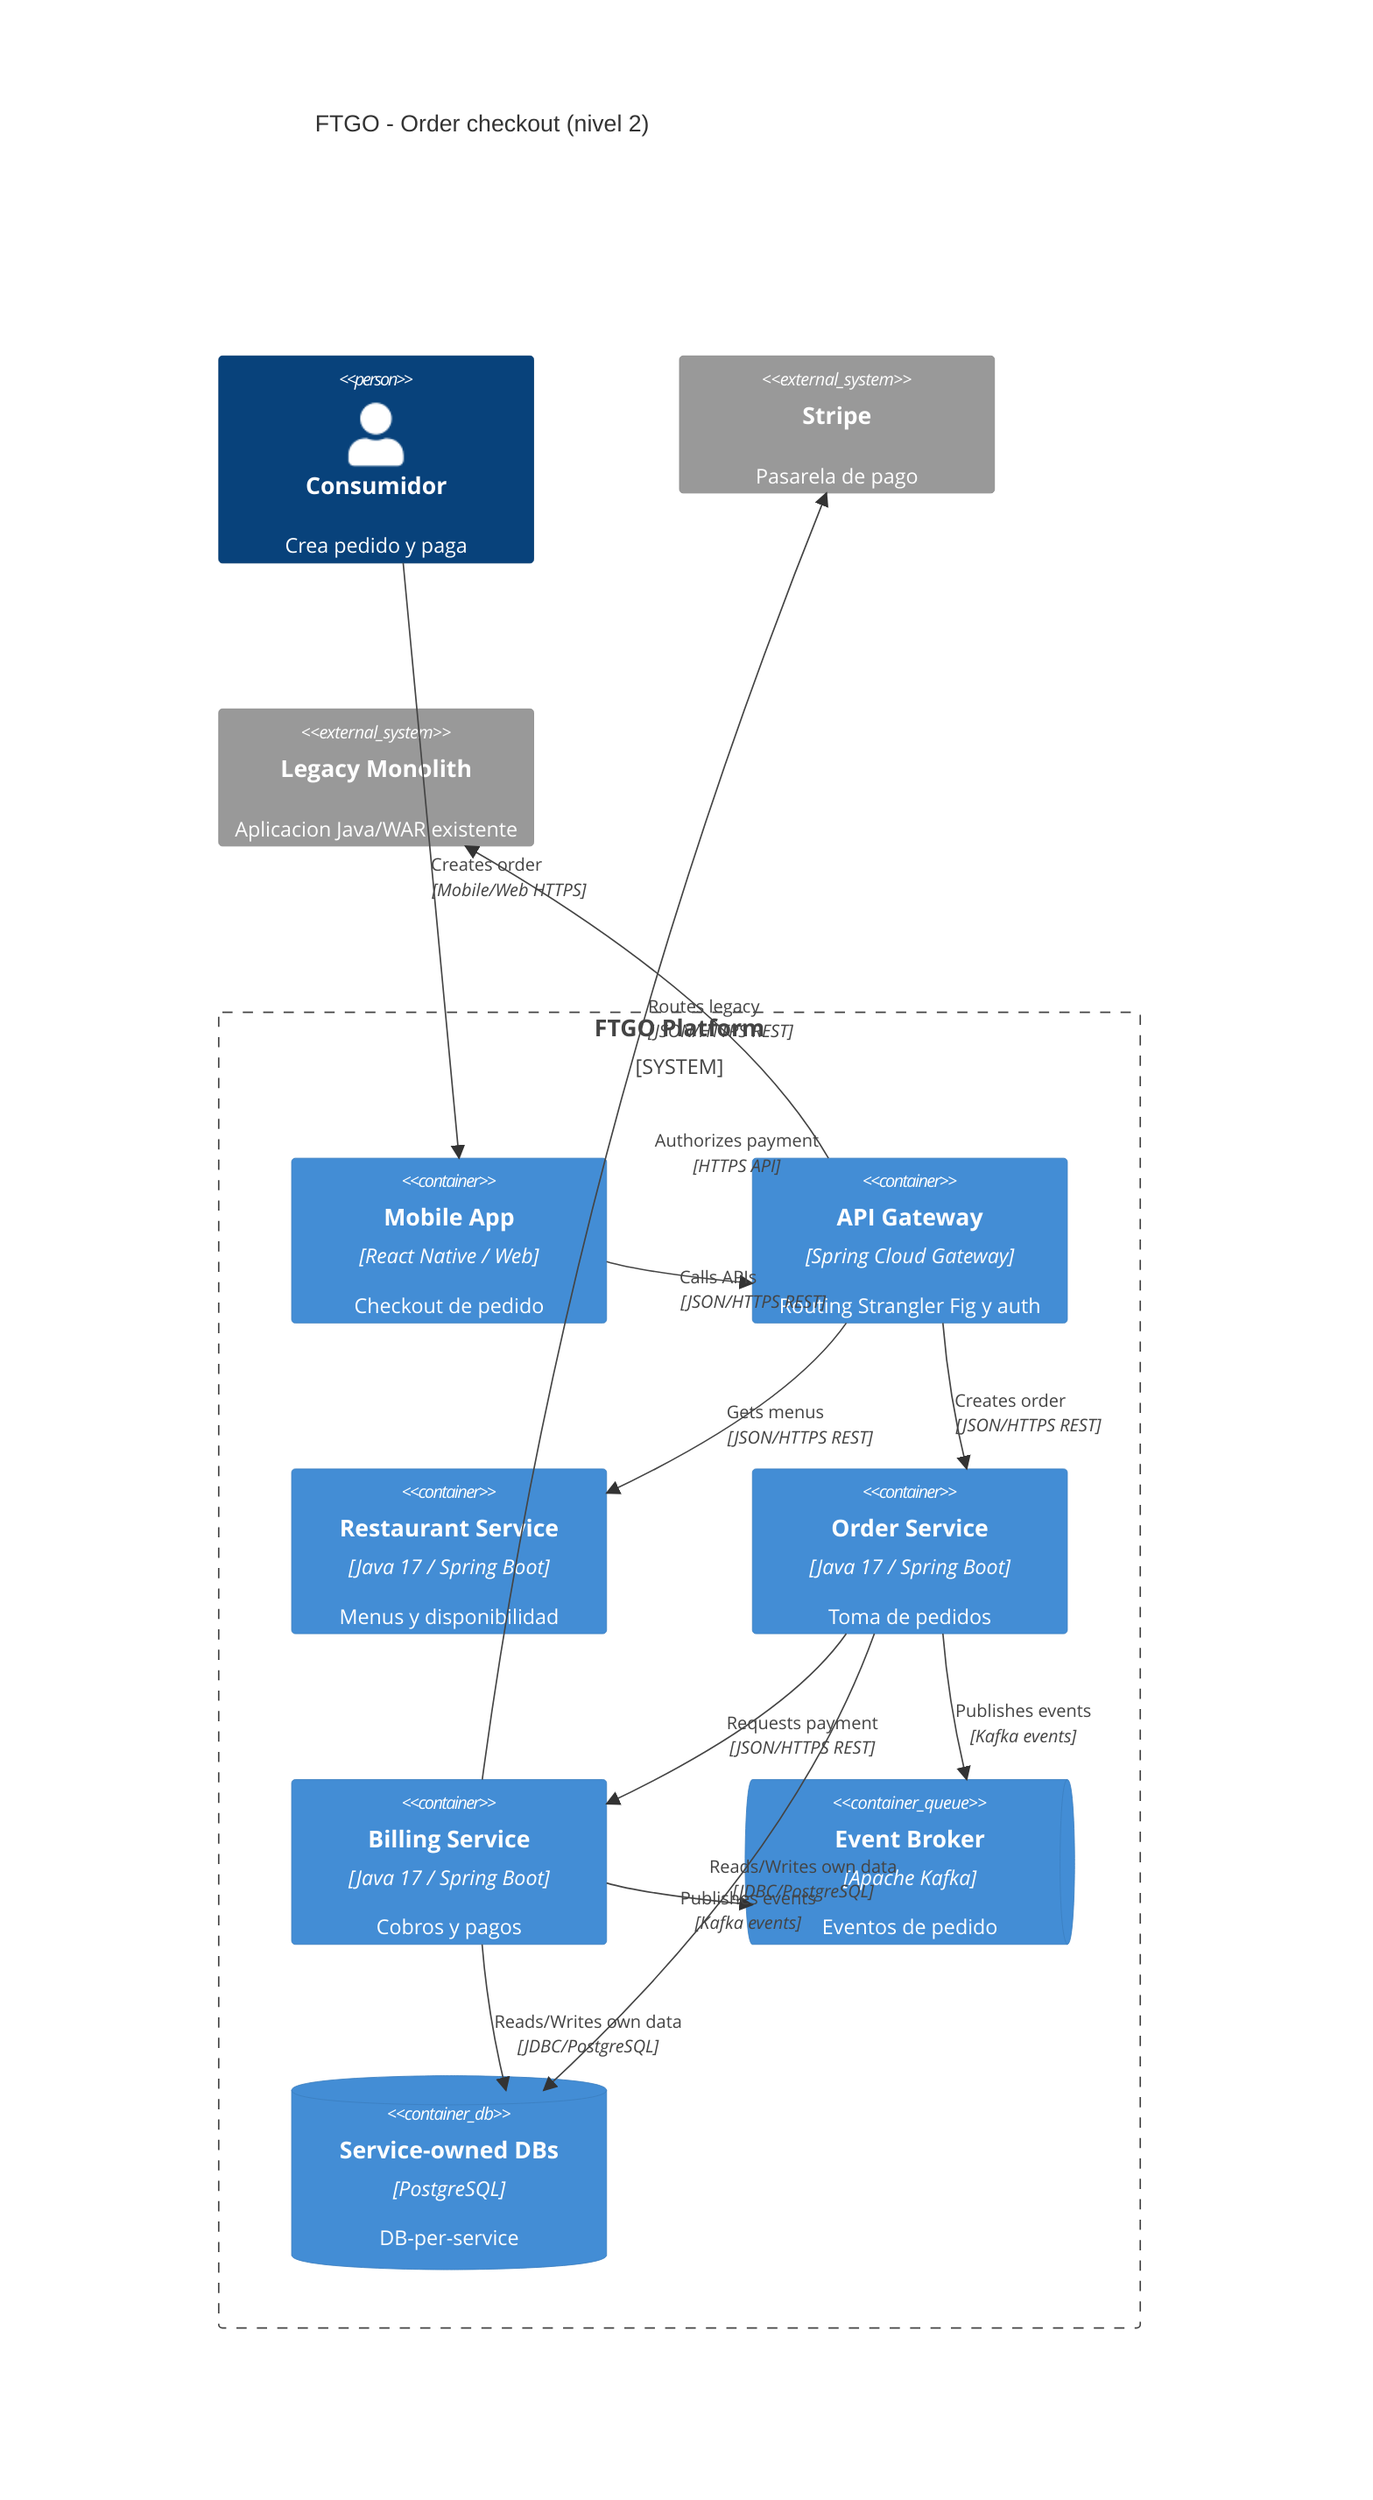
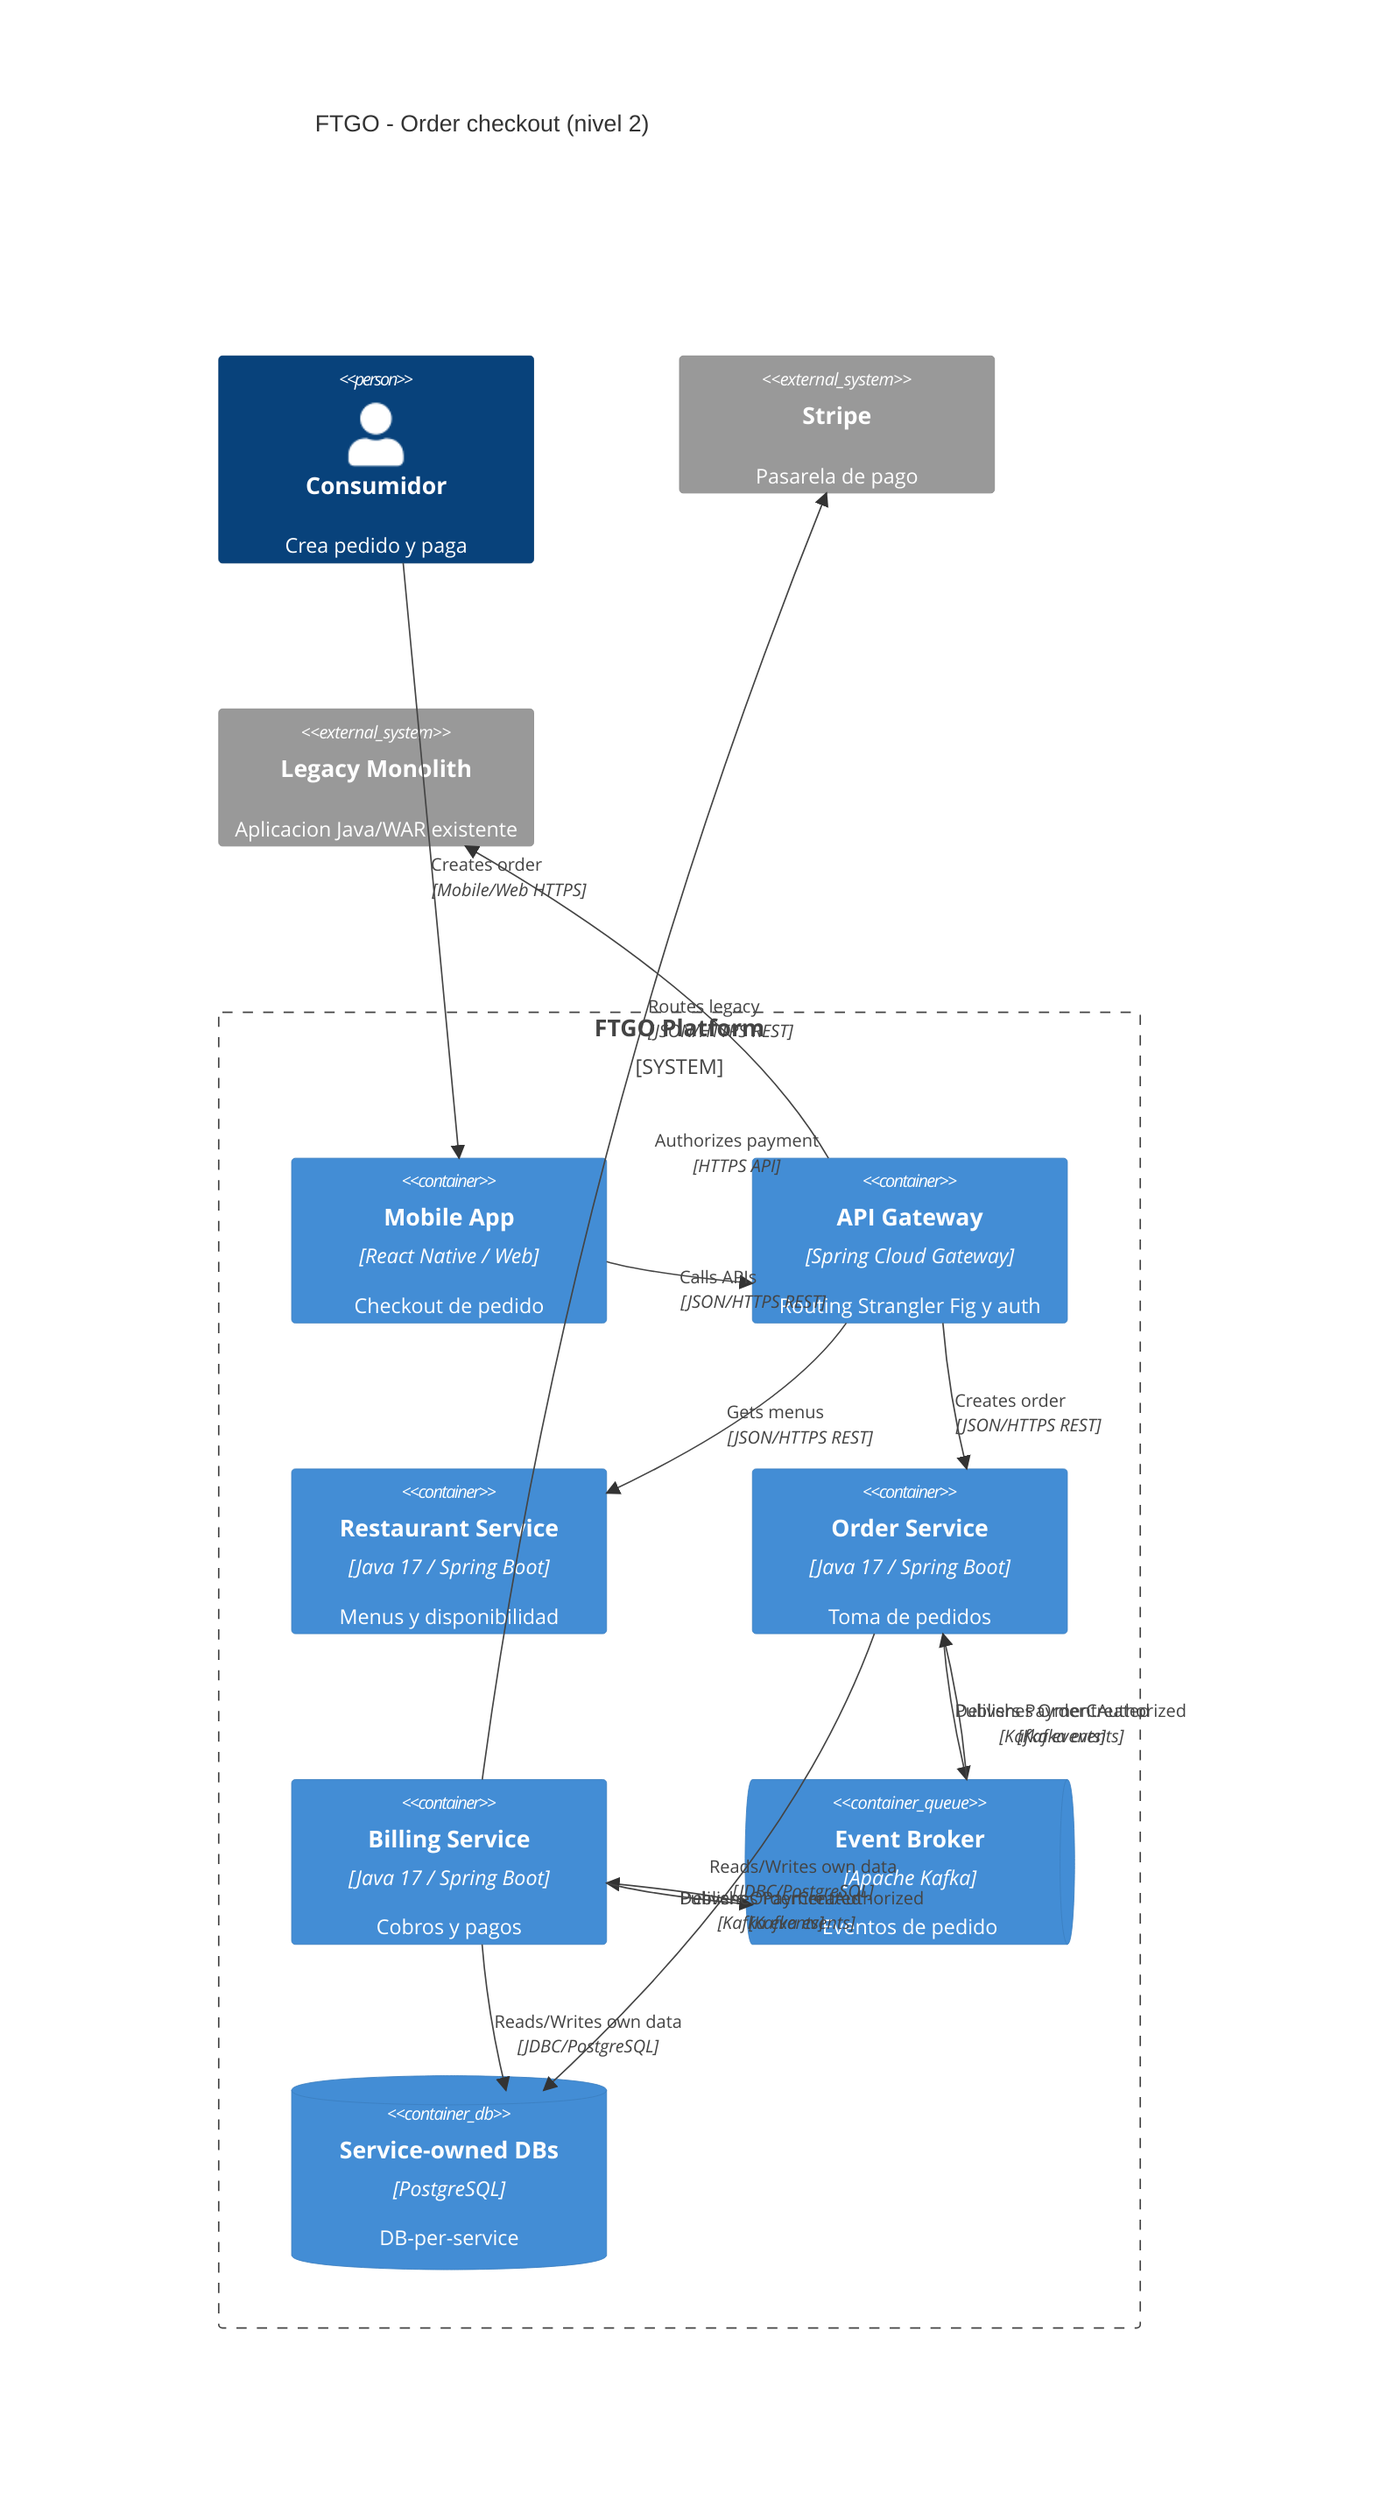
C4Container
title FTGO - Order checkout (nivel 2)

Person(consumer, "Consumidor", "Crea pedido y paga")

System_Ext(stripe, "Stripe", "Pasarela de pago")
System_Ext(legacy_monolith, "Legacy Monolith", "Aplicacion Java/WAR existente")

System_Boundary(ftgo, "FTGO Platform") {
  Container(mobile_app, "Mobile App", "React Native / Web", "Checkout de pedido")
  Container(api_gateway, "API Gateway", "Spring Cloud Gateway", "Routing Strangler Fig y auth")
  Container(restaurant_svc, "Restaurant Service", "Java 17 / Spring Boot", "Menus y disponibilidad")
  Container(order_svc, "Order Service", "Java 17 / Spring Boot", "Toma de pedidos")
  Container(billing_svc, "Billing Service", "Java 17 / Spring Boot", "Cobros y pagos")
  ContainerQueue(event_broker, "Event Broker", "Apache Kafka", "Eventos de pedido")
  ContainerDb(service_dbs, "Service-owned DBs", "PostgreSQL", "DB-per-service")
}

Rel(consumer, mobile_app, "Creates order", "Mobile/Web HTTPS")
Rel(mobile_app, api_gateway, "Calls APIs", "JSON/HTTPS REST")
Rel(api_gateway, restaurant_svc, "Gets menus", "JSON/HTTPS REST")
Rel(api_gateway, order_svc, "Creates order", "JSON/HTTPS REST")
- Rel(order_svc, billing_svc, "Requests payment", "JSON/HTTPS REST")
+ Rel(api_gateway, legacy_monolith, "Routes legacy", "JSON/HTTPS REST")
+ Rel(order_svc, event_broker, "Publishes OrderCreated", "Kafka events")
+ Rel(event_broker, billing_svc, "Delivers OrderCreated", "Kafka events")
Rel(billing_svc, stripe, "Authorizes payment", "HTTPS API")
- Rel(api_gateway, legacy_monolith, "Routes legacy", "JSON/HTTPS REST")
- Rel(order_svc, event_broker, "Publishes events", "Kafka events")
- Rel(billing_svc, event_broker, "Publishes events", "Kafka events")
+ Rel(billing_svc, event_broker, "Publishes PaymentAuthorized", "Kafka events")
+ Rel(event_broker, order_svc, "Delivers PaymentAuthorized", "Kafka events")
Rel(order_svc, service_dbs, "Reads/Writes own data", "JDBC/PostgreSQL")
Rel(billing_svc, service_dbs, "Reads/Writes own data", "JDBC/PostgreSQL")
